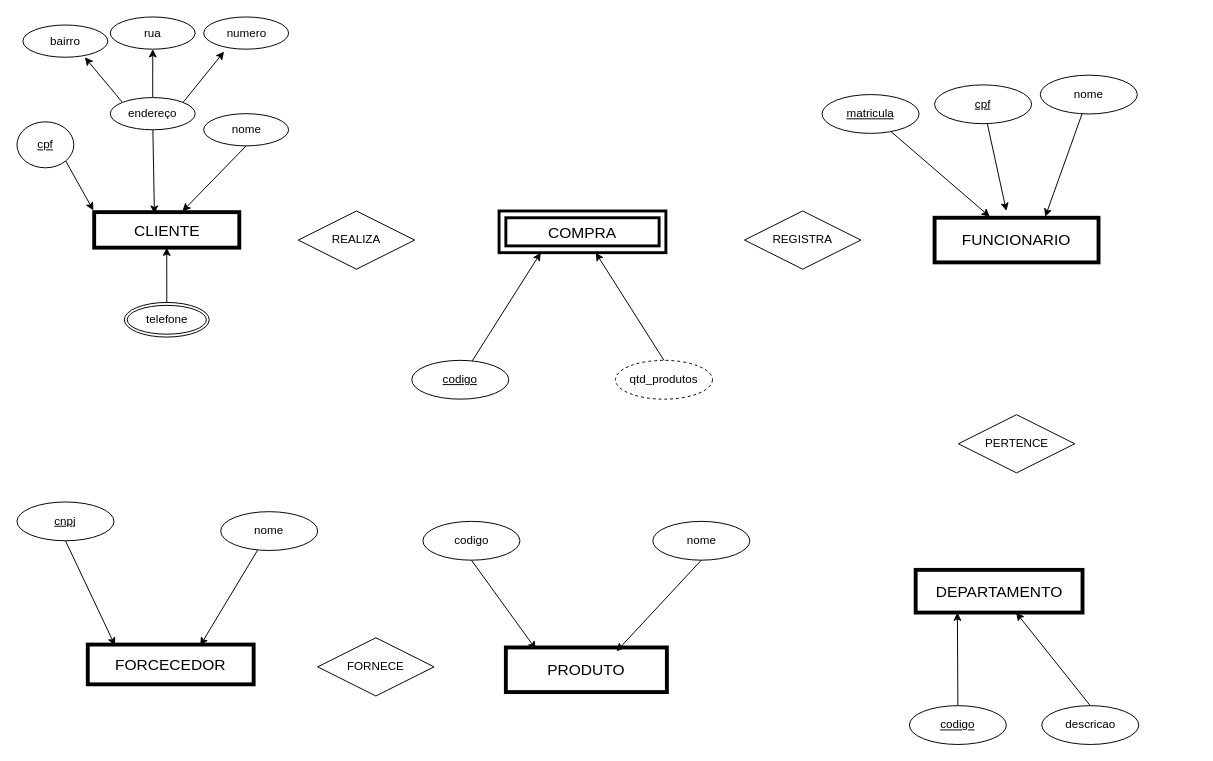
Earlier version of the draw.io diagram primeiro.drawio (RaquelFranco1/SUA-IDADE). Source tidied: cells renumbered, new cells numbered last; positions are measured from the earlier drawing's top-left corner, leaving out a move shared by most shapes. Both pictures are drawn from the tidied source at 97%, with x=0, y=0 at pixel (16, 16).
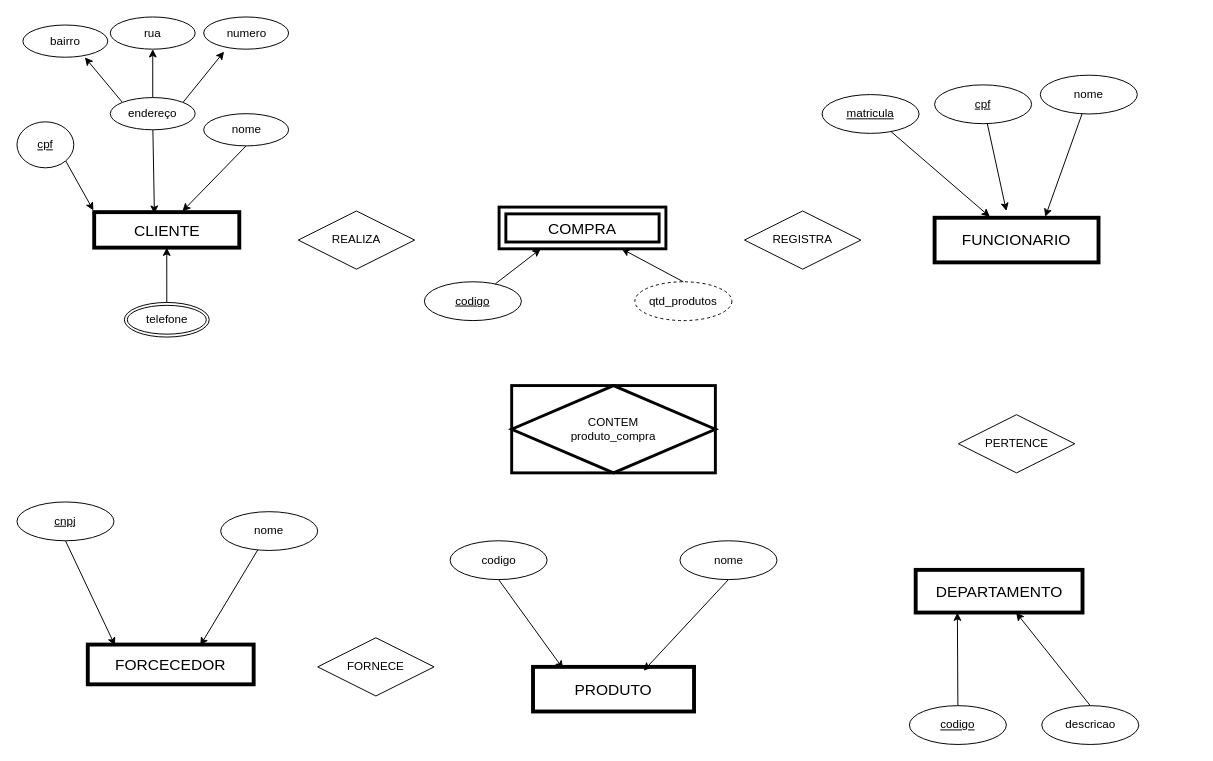
Above is the later version.

Diff of the diagram source:
```diff
@@
     <mxCell id="26" style="group;" parent="1" vertex="1">
-      <mxGeometry x="418.5" y="520" width="337" height="202" as="geometry" />
+      <mxGeometry x="446.5" y="540" width="337" height="202" as="geometry" />
     </mxCell>
@@
     <mxCell id="36" style="group;" parent="1" vertex="1">
-      <mxGeometry x="437" y="200" width="300" height="194" as="geometry" />
+      <mxGeometry x="437" y="196" width="300" height="204" as="geometry" />
     </mxCell>
@@
     <mxCell id="38" value="codigo" style="ellipse;whiteSpace=wrap;html=1;align=center;fontStyle=4;" parent="36" vertex="1">
-      <mxGeometry x="-30" y="154" width="100" height="40" as="geometry" />
+      <mxGeometry x="-17" y="77" width="100" height="40" as="geometry" />
     </mxCell>
@@
     <mxCell id="40" value="qtd_produtos" style="ellipse;whiteSpace=wrap;html=1;align=center;dashed=1;" parent="36" vertex="1">
-      <mxGeometry x="180" y="154" width="100" height="40" as="geometry" />
+      <mxGeometry x="200" y="77" width="100" height="40" as="geometry" />
     </mxCell>
@@
+    <mxCell id="55" value="CONTEM&lt;br&gt;produto_compra" style="shape=associativeEntity;whiteSpace=wrap;html=1;align=center;strokeWidth=3;" parent="1" vertex="1">
+      <mxGeometry x="510" y="380" width="210" height="90" as="geometry" />
+    </mxCell>
```
